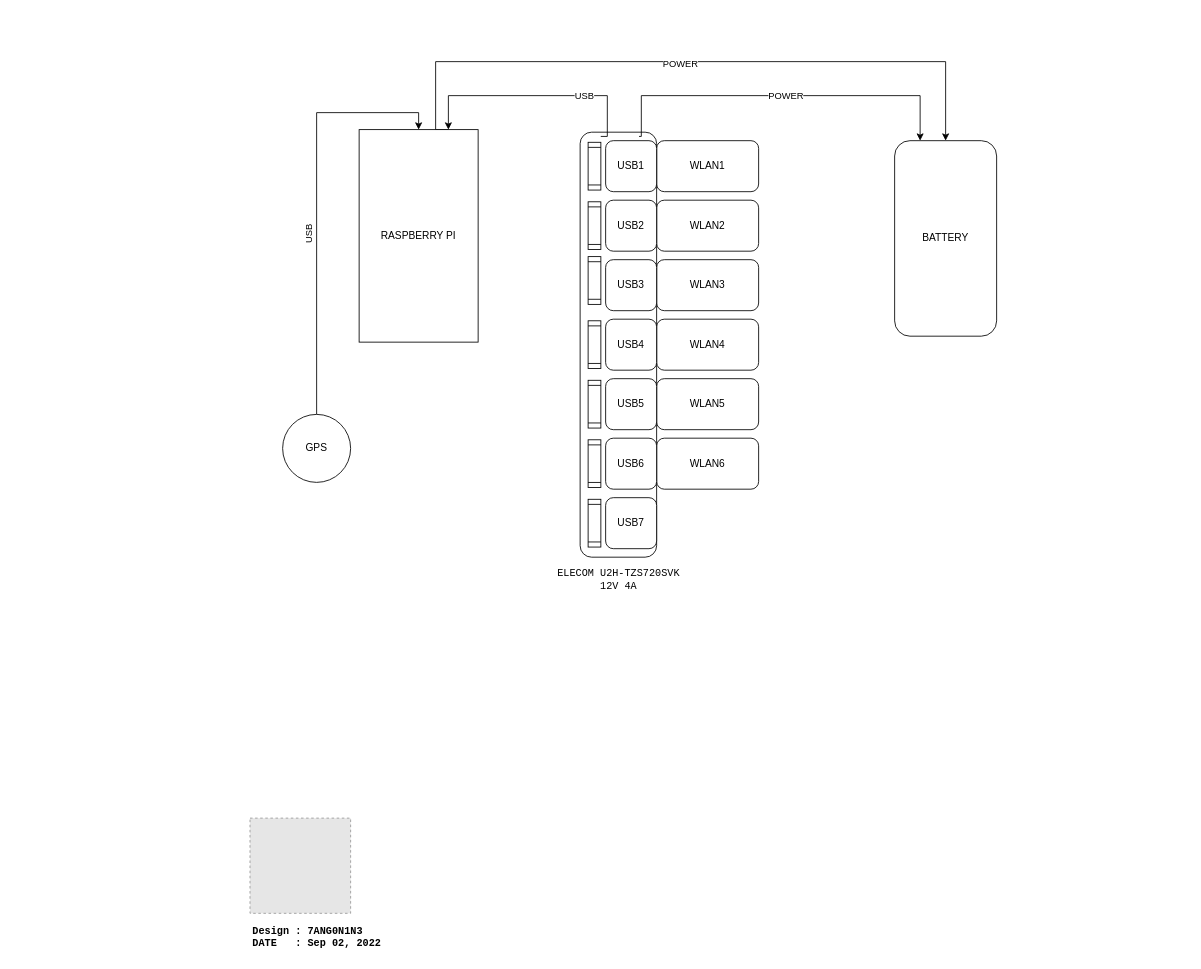
Before: Diagrams/Warpig_diagram.drawio in 7ang0n1n3/wigle_warpig, a draw.io diagram. Source tidied: cells renumbered, new cells numbered last; positions are measured from the earlier drawing's top-left corner, leaving out a move shared by most shapes. Both pictures are drawn from the tidied source at 85%, with x=0, y=0 at pixel (244, 61). Pictures stored in the file or linked from it are replaced by grey dashed boxes.
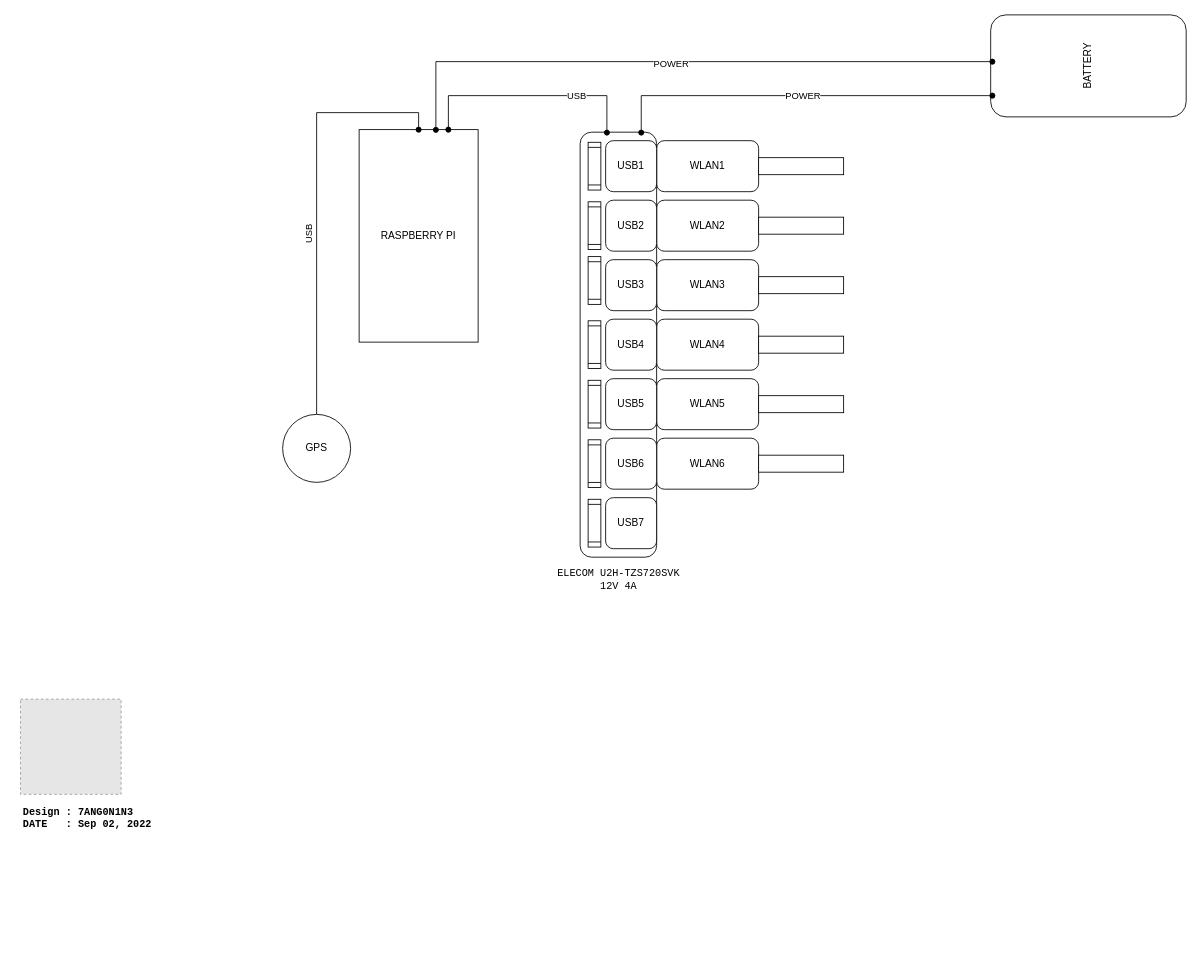
After the change.

Unchanged cells that the change refers to:
```xml
<mxCell id="10" value="RASPBERRY PI" style="rounded=0;whiteSpace=wrap;html=1;" parent="1" vertex="1">
  <mxGeometry x="135" y="80" width="140" height="250" as="geometry" />
</mxCell>
<mxCell id="13" style="rounded=1;whiteSpace=wrap;html=1;points=[[0.27,0.01,0,0,0],[0.77,0.01,0,0,0]];" parent="12" vertex="1">
  <mxGeometry width="90" height="500" as="geometry" />
</mxCell>
<mxCell id="34" value="GPS" style="ellipse;whiteSpace=wrap;html=1;points=[[0.5,0,0,0,0]];" parent="1" vertex="1">
  <mxGeometry x="45" y="415" width="80" height="80" as="geometry" />
</mxCell>
```

The edit, as a diff of the source:
```diff
@@
-    <mxCell id="8" style="edgeStyle=orthogonalEdgeStyle;rounded=0;jettySize=auto;html=1;exitX=0.75;exitY=0;exitDx=0;exitDy=0;entryX=0.5;entryY=0;entryDx=0;entryDy=0;" parent="1" edge="1" source="10" target="11">
-      <mxGeometry relative="1" as="geometry">
-        <Array as="points">
-          <mxPoint x="225" y="80" />
-          <mxPoint x="225" />
-          <mxPoint x="825" />
-        </Array>
-      </mxGeometry>
-    </mxCell>
-    <mxCell id="9" value="POWER" style="edgeLabel;html=1;align=center;verticalAlign=middle;" parent="8" vertex="1">
-      <mxGeometry x="-0.03" y="-2" relative="1" as="geometry" />
-    </mxCell>
@@
-    <mxCell id="11" value="BATTERY" style="rounded=1;whiteSpace=wrap;html=1;" parent="1" vertex="1">
-      <mxGeometry x="765" y="93" width="120" height="230" as="geometry" />
+    <mxCell id="11" value="BATTERY" style="rounded=1;whiteSpace=wrap;html=1;rotation=-90;" parent="1" vertex="1">
+      <mxGeometry x="933" y="-110" width="120" height="230" as="geometry" />
     </mxCell>
@@
-    <mxCell id="28" style="edgeStyle=orthogonalEdgeStyle;rounded=0;jettySize=auto;html=1;exitX=0.77;exitY=0.01;exitDx=0;exitDy=0;exitPerimeter=0;entryX=0.25;entryY=0;entryDx=0;entryDy=0;" parent="1" edge="1" source="13" target="11">
+    <mxCell id="28" style="edgeStyle=orthogonalEdgeStyle;rounded=0;jettySize=auto;html=1;exitX=0.799;exitY=0.001;exitDx=0;exitDy=0;exitPerimeter=0;startArrow=oval;startFill=1;endArrow=oval;endFill=1;" parent="1" edge="1" source="13">
       <mxGeometry relative="1" as="geometry">
+        <mxPoint x="880" y="40" as="targetPoint" />
         <Array as="points">
           <mxPoint x="467" y="40" />
-          <mxPoint x="795" y="40" />
+          <mxPoint x="880" y="40" />
         </Array>
       </mxGeometry>
     </mxCell>
@@
-    <mxCell id="30" style="edgeStyle=orthogonalEdgeStyle;rounded=0;jettySize=auto;html=1;exitX=0.27;exitY=0.01;exitDx=0;exitDy=0;exitPerimeter=0;entryX=0.75;entryY=0;entryDx=0;entryDy=0;" parent="1" edge="1" source="13" target="10">
+    <mxCell id="30" style="edgeStyle=orthogonalEdgeStyle;rounded=0;jettySize=auto;html=1;exitX=0.35;exitY=0.001;exitDx=0;exitDy=0;exitPerimeter=0;entryX=0.75;entryY=0;entryDx=0;entryDy=0;startArrow=oval;startFill=1;endArrow=oval;endFill=1;" parent="1" edge="1" source="13" target="10">
       <mxGeometry relative="1" as="geometry">
         <Array as="points">
           <mxPoint x="427" y="40" />
           <mxPoint x="240" y="40" />
         </Array>
       </mxGeometry>
     </mxCell>
@@
-    <mxCell id="32" style="edgeStyle=orthogonalEdgeStyle;rounded=0;jettySize=auto;html=1;exitX=0.5;exitY=0;exitDx=0;exitDy=0;exitPerimeter=0;entryX=0.5;entryY=0;entryDx=0;entryDy=0;" parent="1" edge="1" source="34" target="10">
+    <mxCell id="32" style="edgeStyle=orthogonalEdgeStyle;rounded=0;jettySize=auto;html=1;exitX=0.5;exitY=0;exitDx=0;exitDy=0;exitPerimeter=0;entryX=0.5;entryY=0;entryDx=0;entryDy=0;endArrow=oval;endFill=1;" parent="1" edge="1" source="34" target="10">
       <mxGeometry relative="1" as="geometry" />
     </mxCell>
@@
     <mxCell id="35" value="&lt;div style=&quot;text-align: left;&quot;&gt;&lt;b style=&quot;font-family: &amp;quot;Courier New&amp;quot;; background-color: initial;&quot;&gt;Design : 7ANG0N1N3&lt;/b&gt;&lt;/div&gt;&lt;font face=&quot;Courier New&quot;&gt;&lt;div style=&quot;text-align: left;&quot;&gt;&lt;b style=&quot;background-color: initial;&quot;&gt;DATE&amp;nbsp; &amp;nbsp;: Sep 02, 2022&lt;/b&gt;&lt;/div&gt;&lt;/font&gt;" style="text;html=1;align=center;verticalAlign=middle;strokeColor=none;fillColor=none;" parent="1" vertex="1">
-      <mxGeometry y="1010" width="170" height="40" as="geometry" />
+      <mxGeometry x="-270" y="870" width="170" height="40" as="geometry" />
     </mxCell>
@@
     <mxCell id="37" style="fillColor=#E6E6E6;strokeColor=#999999;dashed=1;verticalLabelPosition=bottom;labelBackgroundColor=default;verticalAlign=top;" parent="1" vertex="1">
-      <mxGeometry x="6.6" y="890" width="118.4" height="112" as="geometry" />
+      <mxGeometry x="-263.4" y="750" width="118.4" height="112" as="geometry" />
     </mxCell>
+    <mxCell id="8" style="edgeStyle=orthogonalEdgeStyle;rounded=0;jettySize=auto;html=1;exitX=0.645;exitY=0.001;exitDx=0;exitDy=0;endArrow=oval;endFill=1;startArrow=oval;startFill=1;exitPerimeter=0;" parent="1" edge="1" source="10">
+      <mxGeometry relative="1" as="geometry">
+        <mxPoint x="880" as="targetPoint" />
+        <Array as="points">
+          <mxPoint x="225" />
+          <mxPoint x="880" />
+        </Array>
+      </mxGeometry>
+    </mxCell>
+    <mxCell id="9" value="POWER" style="edgeLabel;html=1;align=center;verticalAlign=middle;" parent="8" vertex="1">
+      <mxGeometry x="-0.03" y="-2" relative="1" as="geometry" />
+    </mxCell>
+    <mxCell id="38" style="rounded=0;whiteSpace=wrap;html=1;" parent="1" vertex="1">
+      <mxGeometry x="605" y="463" width="100" height="20" as="geometry" />
+    </mxCell>
+    <mxCell id="39" style="rounded=0;whiteSpace=wrap;html=1;" parent="1" vertex="1">
+      <mxGeometry x="605" y="393" width="100" height="20" as="geometry" />
+    </mxCell>
+    <mxCell id="40" style="rounded=0;whiteSpace=wrap;html=1;" parent="1" vertex="1">
+      <mxGeometry x="605" y="323" width="100" height="20" as="geometry" />
+    </mxCell>
+    <mxCell id="41" style="rounded=0;whiteSpace=wrap;html=1;" parent="1" vertex="1">
+      <mxGeometry x="605" y="253" width="100" height="20" as="geometry" />
+    </mxCell>
+    <mxCell id="42" style="rounded=0;whiteSpace=wrap;html=1;" parent="1" vertex="1">
+      <mxGeometry x="605" y="183" width="100" height="20" as="geometry" />
+    </mxCell>
+    <mxCell id="43" style="rounded=0;whiteSpace=wrap;html=1;" parent="1" vertex="1">
+      <mxGeometry x="605" y="113" width="100" height="20" as="geometry" />
+    </mxCell>
```
